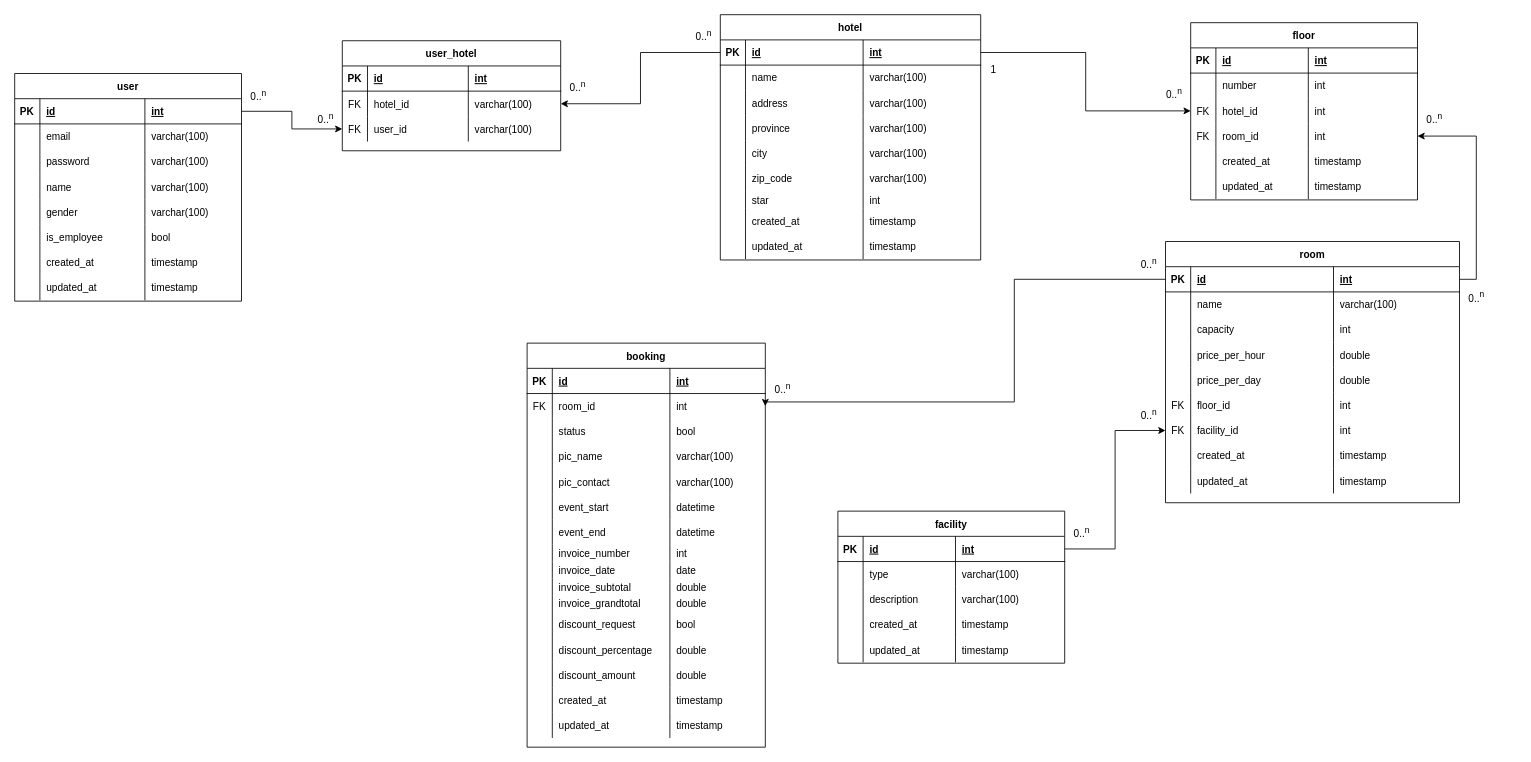
Before: page "Latest ERD" (5 of 5) of entity_relationship_diagram/Booking_hotel.drawio in ariejanuarb/hotel_booking, a draw.io diagram. Source tidied: cells renumbered, new cells numbered last; positions are measured from the earlier drawing's top-left corner, leaving out a move shared by most shapes. Both pictures are drawn from the tidied source at 84%, with x=0, y=0 at pixel (14, 14).
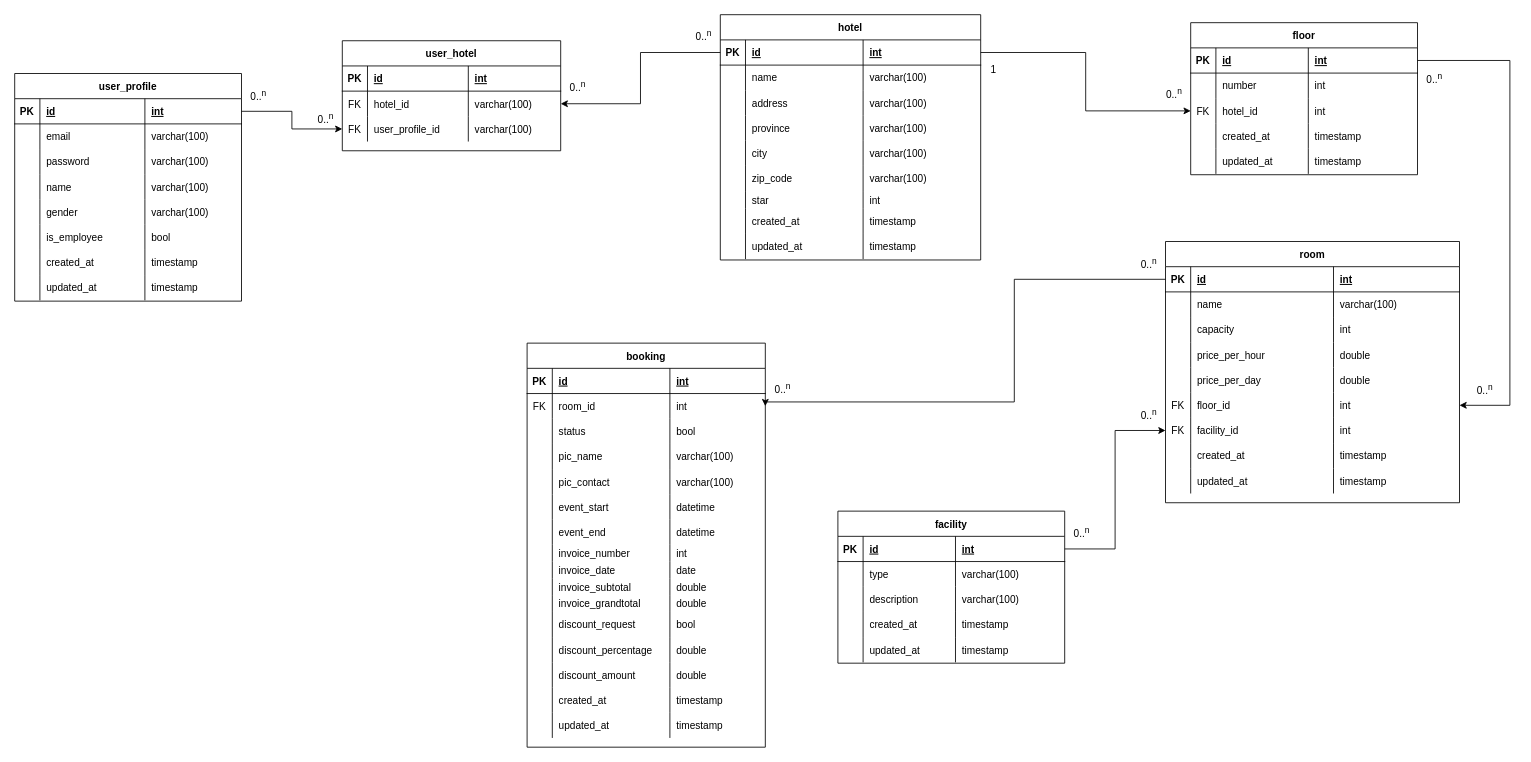
After the change.

Unchanged cells that the change refers to:
```xml
<mxCell id="36" style="shape=partialRectangle;fillColor=none;points=[[0,0.5],[1,0.5]];portConstraint=eastwest;top=0;left=0;right=0;bottom=1;" parent="35" vertex="1">
  <mxGeometry y="30" width="270" height="30" as="geometry" />
</mxCell>
<mxCell id="61" style="shape=partialRectangle;fillColor=none;points=[[0,0.5],[1,0.5]];portConstraint=eastwest;top=0;left=0;right=0;bottom=1;" parent="60" vertex="1">
  <mxGeometry y="30" width="350" height="30" as="geometry" />
</mxCell>
<mxCell id="81" style="shape=partialRectangle;fillColor=none;points=[[0,0.5],[1,0.5]];portConstraint=eastwest;top=0;left=0;right=0;bottom=0;" parent="60" vertex="1">
  <mxGeometry y="180" width="350" height="30" as="geometry" />
</mxCell>
<mxCell id="243" style="shape=partialRectangle;fillColor=none;points=[[0,0.5],[1,0.5]];portConstraint=eastwest;top=0;left=0;right=0;bottom=0;" parent="234" vertex="1">
  <mxGeometry y="90" width="260" height="30" as="geometry" />
</mxCell>
```

The edit, as a diff of the source:
```diff
@@
-    <mxCell id="2" value="user" style="shape=table;startSize=30;childLayout=tableLayout;rowLines=0;fontStyle=1;align=center;" parent="1" vertex="1">
+    <mxCell id="2" value="user_profile" style="shape=table;startSize=30;childLayout=tableLayout;rowLines=0;fontStyle=1;align=center;" parent="1" vertex="1">
       <mxGeometry y="70" width="270" height="271" as="geometry" />
     </mxCell>
@@
     <mxCell id="35" value="floor" style="shape=table;startSize=30;childLayout=tableLayout;rowLines=0;fontStyle=1;align=center;" parent="1" vertex="1">
-      <mxGeometry x="1400" y="9.5" width="270" height="211" as="geometry" />
+      <mxGeometry x="1400" y="9.5" width="270" height="181" as="geometry" />
     </mxCell>
@@
-    <mxCell id="48" style="shape=partialRectangle;fillColor=none;points=[[0,0.5],[1,0.5]];portConstraint=eastwest;top=0;left=0;right=0;bottom=0;" parent="35" vertex="1">
-      <mxGeometry y="120" width="270" height="30" as="geometry" />
-    </mxCell>
-    <mxCell id="49" value="FK" style="shape=partialRectangle;overflow=hidden;fillColor=none;top=0;left=0;bottom=0;right=0;" parent="48" vertex="1">
-      <mxGeometry width="30" height="30" as="geometry" />
-    </mxCell>
-    <mxCell id="50" value="room_id" style="shape=partialRectangle;overflow=hidden;fillColor=none;top=0;left=0;bottom=0;right=0;align=left;spacingLeft=6;" parent="48" vertex="1">
-      <mxGeometry x="30" width="110" height="30" as="geometry" />
-    </mxCell>
-    <mxCell id="51" value="int" style="shape=partialRectangle;overflow=hidden;fillColor=none;top=0;left=0;bottom=0;right=0;align=left;spacingLeft=6;" parent="48" vertex="1">
-      <mxGeometry x="140" width="130" height="30" as="geometry" />
-    </mxCell>
     <mxCell id="52" style="shape=partialRectangle;fillColor=none;top=0;left=0;right=0;bottom=0;" parent="35" vertex="1">
-      <mxGeometry y="150" width="270" height="30" as="geometry" />
+      <mxGeometry y="120" width="270" height="30" as="geometry" />
     </mxCell>
@@
     <mxCell id="56" style="shape=partialRectangle;fillColor=none;top=0;left=0;right=0;bottom=0;" parent="35" vertex="1">
-      <mxGeometry y="180" width="270" height="30" as="geometry" />
+      <mxGeometry y="150" width="270" height="30" as="geometry" />
     </mxCell>
@@
     <mxCell id="136" value="0..&lt;sup&gt;n&lt;/sup&gt;" style="text;html=1;align=center;verticalAlign=middle;strokeColor=none;fillColor=none;" parent="1" vertex="1">
-      <mxGeometry x="1720" y="321" width="40" height="30" as="geometry" />
+      <mxGeometry x="1730" y="431" width="40" height="30" as="geometry" />
     </mxCell>
@@
-    <mxCell id="230" style="edgeStyle=orthogonalEdgeStyle;rounded=0;jettySize=auto;html=1;exitX=1;exitY=0.5;exitDx=0;exitDy=0;entryX=1;entryY=0.5;entryDx=0;entryDy=0;" parent="1" edge="1" source="61" target="48">
-      <mxGeometry relative="1" as="geometry" />
-    </mxCell>
     <mxCell id="231" value="0..&lt;sup&gt;n&lt;/sup&gt;" style="text;html=1;align=center;verticalAlign=middle;strokeColor=none;fillColor=none;" parent="1" vertex="1">
-      <mxGeometry x="1670" y="109" width="40" height="30" as="geometry" />
+      <mxGeometry x="1670" y="61" width="40" height="30" as="geometry" />
     </mxCell>
@@
-    <mxCell id="245" value="user_id" style="shape=partialRectangle;overflow=hidden;fillColor=none;top=0;left=0;bottom=0;right=0;align=left;spacingLeft=6;" parent="243" vertex="1">
+    <mxCell id="245" value="user_profile_id" style="shape=partialRectangle;overflow=hidden;fillColor=none;top=0;left=0;bottom=0;right=0;align=left;spacingLeft=6;" parent="243" vertex="1">
       <mxGeometry x="30" width="120" height="30" as="geometry" />
     </mxCell>
@@
+    <mxCell id="251" style="edgeStyle=orthogonalEdgeStyle;rounded=0;jettySize=auto;html=1;exitX=1;exitY=0.5;exitDx=0;exitDy=0;entryX=1;entryY=0.5;entryDx=0;entryDy=0;" parent="1" edge="1" source="36" target="81">
+      <mxGeometry relative="1" as="geometry">
+        <Array as="points">
+          <mxPoint x="1780" y="55" />
+          <mxPoint x="1780" y="465" />
+        </Array>
+      </mxGeometry>
+    </mxCell>
```
